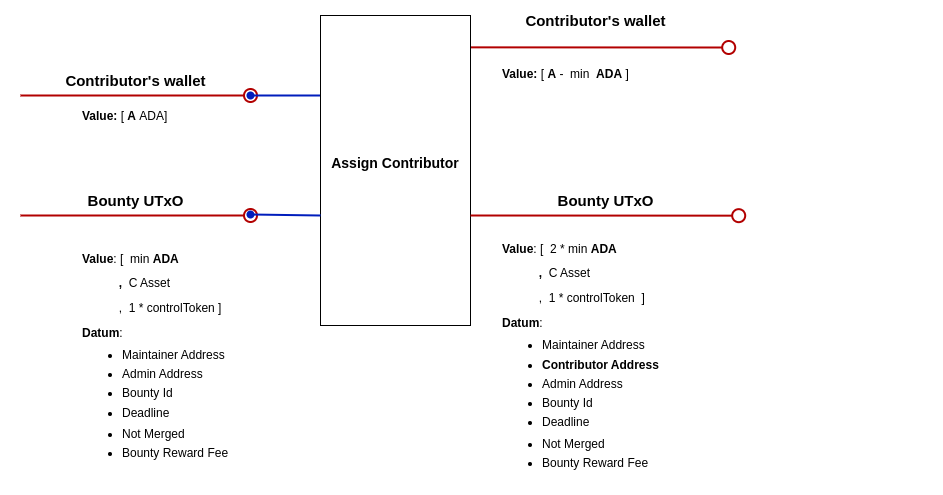
Earlier version of the draw.io export docs/img/assignContributor.png (githoney-io/githoney-smart-contract). Source tidied: cells renumbered, new cells last; positions are measured from the earlier drawing's top-left corner, leaving out a move shared by most shapes.
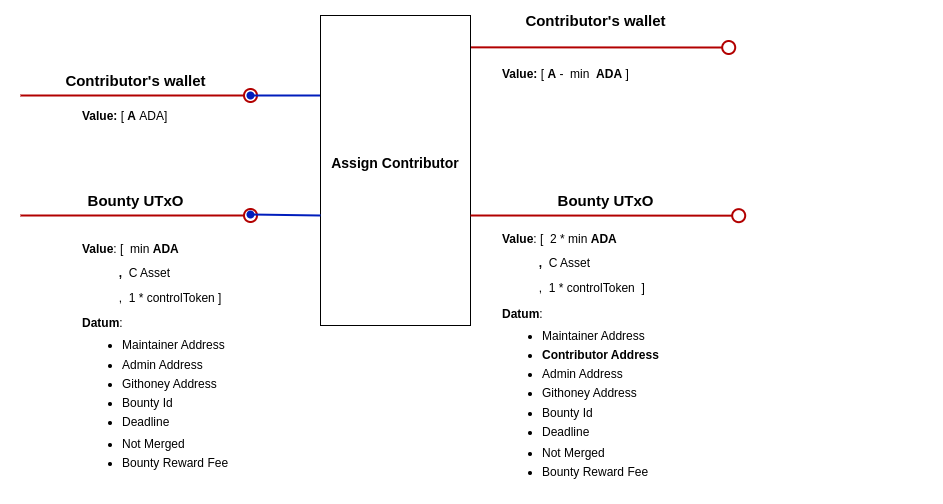
The same file after the commit.

Commit message:
Adding githoney address to datum

Diff of the diagram source:
```diff
@@ -41,7 +41,7 @@
         <mxPoint x="718.2" y="210.2" as="targetPoint" />
       </mxGeometry>
     </mxCell>
-    <mxCell id="11" value="&lt;p style=&quot;line-height: 100%;&quot;&gt;&lt;b&gt;Value&lt;/b&gt;: [&amp;nbsp; min&lt;b&gt;&amp;nbsp;ADA&lt;/b&gt;&lt;/p&gt;&lt;p style=&quot;line-height: 100%;&quot;&gt;&lt;b&gt;&lt;span style=&quot;white-space: pre;&quot;&gt;&#9;&lt;/span&gt;&amp;nbsp; &amp;nbsp;,&amp;nbsp; &lt;/b&gt;C Asset&lt;br&gt;&lt;/p&gt;&lt;span style=&quot;background-color: initial;&quot;&gt;&amp;nbsp; &amp;nbsp; &amp;nbsp; &amp;nbsp; &amp;nbsp; &amp;nbsp;,&amp;nbsp; 1 * controlToken&lt;/span&gt;&lt;b style=&quot;background-color: initial;&quot;&gt;&amp;nbsp;&lt;/b&gt;&lt;span style=&quot;background-color: initial;&quot;&gt;]&amp;nbsp;&lt;/span&gt;&lt;div&gt;&lt;p style=&quot;line-height: 100%;&quot;&gt;&lt;b&gt;Datum&lt;/b&gt;:&lt;/p&gt;&lt;ul style=&quot;line-height: 80%;&quot;&gt;&lt;li&gt;Maintainer Address&lt;br&gt;&lt;/li&gt;&lt;br&gt;&lt;li&gt;Admin Address&amp;nbsp; &amp;nbsp; &amp;nbsp; &amp;nbsp; &amp;nbsp; &amp;nbsp;&lt;br&gt;&lt;br&gt;&lt;/li&gt;&lt;li&gt;Bounty Id&lt;br&gt;&amp;nbsp; &amp;nbsp; &amp;nbsp;&lt;/li&gt;&lt;li&gt;Deadline&lt;/li&gt;&lt;/ul&gt;&lt;ul style=&quot;line-height: 80%;&quot;&gt;&lt;li&gt;Not Merged&lt;br&gt;&lt;br&gt;&lt;/li&gt;&lt;li&gt;Bounty Reward Fee&lt;br&gt;&lt;br&gt;&lt;/li&gt;&lt;/ul&gt;&lt;p&gt;&lt;/p&gt;&lt;/div&gt;" style="text;html=1;strokeColor=none;fillColor=none;align=left;verticalAlign=middle;whiteSpace=wrap;rounded=0;" parent="1" vertex="1">
+    <mxCell id="11" value="&lt;p style=&quot;line-height: 100%;&quot;&gt;&lt;b&gt;Value&lt;/b&gt;: [&amp;nbsp; min&lt;b&gt;&amp;nbsp;ADA&lt;/b&gt;&lt;/p&gt;&lt;p style=&quot;line-height: 100%;&quot;&gt;&lt;b&gt;&lt;span style=&quot;white-space: pre;&quot;&gt;&#9;&lt;/span&gt;&amp;nbsp; &amp;nbsp;,&amp;nbsp; &lt;/b&gt;C Asset&lt;br&gt;&lt;/p&gt;&lt;span style=&quot;background-color: initial;&quot;&gt;&amp;nbsp; &amp;nbsp; &amp;nbsp; &amp;nbsp; &amp;nbsp; &amp;nbsp;,&amp;nbsp; 1 * controlToken&lt;/span&gt;&lt;b style=&quot;background-color: initial;&quot;&gt;&amp;nbsp;&lt;/b&gt;&lt;span style=&quot;background-color: initial;&quot;&gt;]&amp;nbsp;&lt;/span&gt;&lt;div&gt;&lt;p style=&quot;line-height: 100%;&quot;&gt;&lt;b&gt;Datum&lt;/b&gt;:&lt;/p&gt;&lt;ul style=&quot;line-height: 80%;&quot;&gt;&lt;li&gt;Maintainer Address&lt;br&gt;&lt;/li&gt;&lt;br&gt;&lt;li&gt;Admin Address&amp;nbsp; &amp;nbsp; &amp;nbsp;&lt;br&gt;&lt;br&gt;&lt;/li&gt;&lt;li&gt;Githoney Address&amp;nbsp; &amp;nbsp; &amp;nbsp;&amp;nbsp;&lt;br&gt;&lt;br&gt;&lt;/li&gt;&lt;li&gt;Bounty Id&lt;br&gt;&amp;nbsp; &amp;nbsp; &amp;nbsp;&lt;/li&gt;&lt;li&gt;Deadline&lt;/li&gt;&lt;/ul&gt;&lt;ul style=&quot;line-height: 80%;&quot;&gt;&lt;li&gt;Not Merged&lt;br&gt;&lt;br&gt;&lt;/li&gt;&lt;li&gt;Bounty Reward Fee&lt;br&gt;&lt;br&gt;&lt;/li&gt;&lt;/ul&gt;&lt;p&gt;&lt;/p&gt;&lt;/div&gt;" style="text;html=1;strokeColor=none;fillColor=none;align=left;verticalAlign=middle;whiteSpace=wrap;rounded=0;" parent="1" vertex="1">
       <mxGeometry x="60" y="230" width="437.4" height="250" as="geometry" />
     </mxCell>
     <mxCell id="12" value="&lt;font style=&quot;font-size: 15px;&quot;&gt;&lt;b style=&quot;font-size: 12px;&quot;&gt;&lt;font style=&quot;font-size: 15px;&quot;&gt;Contributor's wallet&lt;/font&gt;&lt;/b&gt;&lt;b&gt;&lt;br&gt;&lt;/b&gt;&lt;/font&gt;" style="text;html=1;align=center;verticalAlign=middle;strokeColor=none;fillColor=none;" parent="1" vertex="1">
@@ -62,7 +62,7 @@
     <mxCell id="15" value="&lt;font style=&quot;font-size: 15px;&quot;&gt;&lt;b&gt;Bounty UTxO&lt;/b&gt;&lt;/font&gt;" style="text;html=1;align=center;verticalAlign=middle;strokeColor=none;fillColor=none;" parent="1" vertex="1">
       <mxGeometry x="55" y="180" width="120" height="30" as="geometry" />
     </mxCell>
-    <mxCell id="16" value="&lt;p style=&quot;line-height: 100%;&quot;&gt;&lt;b&gt;Value&lt;/b&gt;: [&amp;nbsp; 2 * min&lt;b&gt;&amp;nbsp;ADA&lt;/b&gt;&lt;/p&gt;&lt;p style=&quot;line-height: 100%;&quot;&gt;&lt;b&gt;&lt;span style=&quot;white-space: pre;&quot;&gt;&#9;&lt;/span&gt;&amp;nbsp; &amp;nbsp;,&amp;nbsp; &lt;/b&gt;C Asset&lt;br&gt;&lt;/p&gt;&lt;span style=&quot;background-color: initial;&quot;&gt;&amp;nbsp; &amp;nbsp; &amp;nbsp; &amp;nbsp; &amp;nbsp; &amp;nbsp;,&amp;nbsp; 1 * controlToken&lt;/span&gt;&lt;b style=&quot;background-color: initial;&quot;&gt;&amp;nbsp;&amp;nbsp;&lt;/b&gt;&lt;span style=&quot;background-color: initial;&quot;&gt;]&amp;nbsp;&lt;/span&gt;&lt;div&gt;&lt;div&gt;&lt;p style=&quot;line-height: 100%;&quot;&gt;&lt;b&gt;Datum&lt;/b&gt;:&lt;/p&gt;&lt;ul style=&quot;line-height: 80%;&quot;&gt;&lt;li&gt;Maintainer Address&lt;br&gt;&lt;br&gt;&lt;/li&gt;&lt;li&gt;&lt;b&gt;Contributor Address&lt;/b&gt;&lt;/li&gt;&lt;br&gt;&lt;li&gt;Admin Address&amp;nbsp; &amp;nbsp; &amp;nbsp; &amp;nbsp; &amp;nbsp; &amp;nbsp;&lt;br&gt;&amp;nbsp; &amp;nbsp; &amp;nbsp;&lt;/li&gt;&lt;li&gt;Bounty Id&lt;br&gt;&lt;br&gt;&lt;/li&gt;&lt;li&gt;Deadline&lt;/li&gt;&lt;/ul&gt;&lt;ul style=&quot;line-height: 80%;&quot;&gt;&lt;li&gt;Not Merged&lt;br&gt;&lt;br&gt;&lt;/li&gt;&lt;li&gt;Bounty Reward Fee&lt;br&gt;&lt;br&gt;&lt;/li&gt;&lt;/ul&gt;&lt;p&gt;&lt;/p&gt;&lt;/div&gt;&lt;/div&gt;" style="text;html=1;strokeColor=none;fillColor=none;align=left;verticalAlign=middle;whiteSpace=wrap;rounded=0;" parent="1" vertex="1">
+    <mxCell id="16" value="&lt;p style=&quot;line-height: 100%;&quot;&gt;&lt;b&gt;Value&lt;/b&gt;: [&amp;nbsp; 2 * min&lt;b&gt;&amp;nbsp;ADA&lt;/b&gt;&lt;/p&gt;&lt;p style=&quot;line-height: 100%;&quot;&gt;&lt;b&gt;&lt;span style=&quot;white-space: pre;&quot;&gt;&#9;&lt;/span&gt;&amp;nbsp; &amp;nbsp;,&amp;nbsp; &lt;/b&gt;C Asset&lt;br&gt;&lt;/p&gt;&lt;span style=&quot;background-color: initial;&quot;&gt;&amp;nbsp; &amp;nbsp; &amp;nbsp; &amp;nbsp; &amp;nbsp; &amp;nbsp;,&amp;nbsp; 1 * controlToken&lt;/span&gt;&lt;b style=&quot;background-color: initial;&quot;&gt;&amp;nbsp;&amp;nbsp;&lt;/b&gt;&lt;span style=&quot;background-color: initial;&quot;&gt;]&amp;nbsp;&lt;/span&gt;&lt;div&gt;&lt;div&gt;&lt;p style=&quot;line-height: 100%;&quot;&gt;&lt;b&gt;Datum&lt;/b&gt;:&lt;/p&gt;&lt;ul style=&quot;line-height: 80%;&quot;&gt;&lt;li&gt;Maintainer Address&lt;br&gt;&lt;br&gt;&lt;/li&gt;&lt;li&gt;&lt;b&gt;Contributor Address&lt;/b&gt;&lt;/li&gt;&lt;br&gt;&lt;li&gt;Admin Address&amp;nbsp; &amp;nbsp; &amp;nbsp;&lt;br&gt;&lt;br&gt;&lt;/li&gt;&lt;li&gt;Githoney Address&amp;nbsp; &amp;nbsp; &amp;nbsp;&amp;nbsp;&lt;br&gt;&amp;nbsp; &amp;nbsp; &amp;nbsp;&lt;/li&gt;&lt;li&gt;Bounty Id&lt;br&gt;&lt;br&gt;&lt;/li&gt;&lt;li&gt;Deadline&lt;/li&gt;&lt;/ul&gt;&lt;ul style=&quot;line-height: 80%;&quot;&gt;&lt;li&gt;Not Merged&lt;br&gt;&lt;br&gt;&lt;/li&gt;&lt;li&gt;Bounty Reward Fee&lt;br&gt;&lt;br&gt;&lt;/li&gt;&lt;/ul&gt;&lt;p&gt;&lt;/p&gt;&lt;/div&gt;&lt;/div&gt;" style="text;html=1;strokeColor=none;fillColor=none;align=left;verticalAlign=middle;whiteSpace=wrap;rounded=0;" parent="1" vertex="1">
       <mxGeometry x="480" y="230" width="437.4" height="250" as="geometry" />
     </mxCell>
   </root>
```
